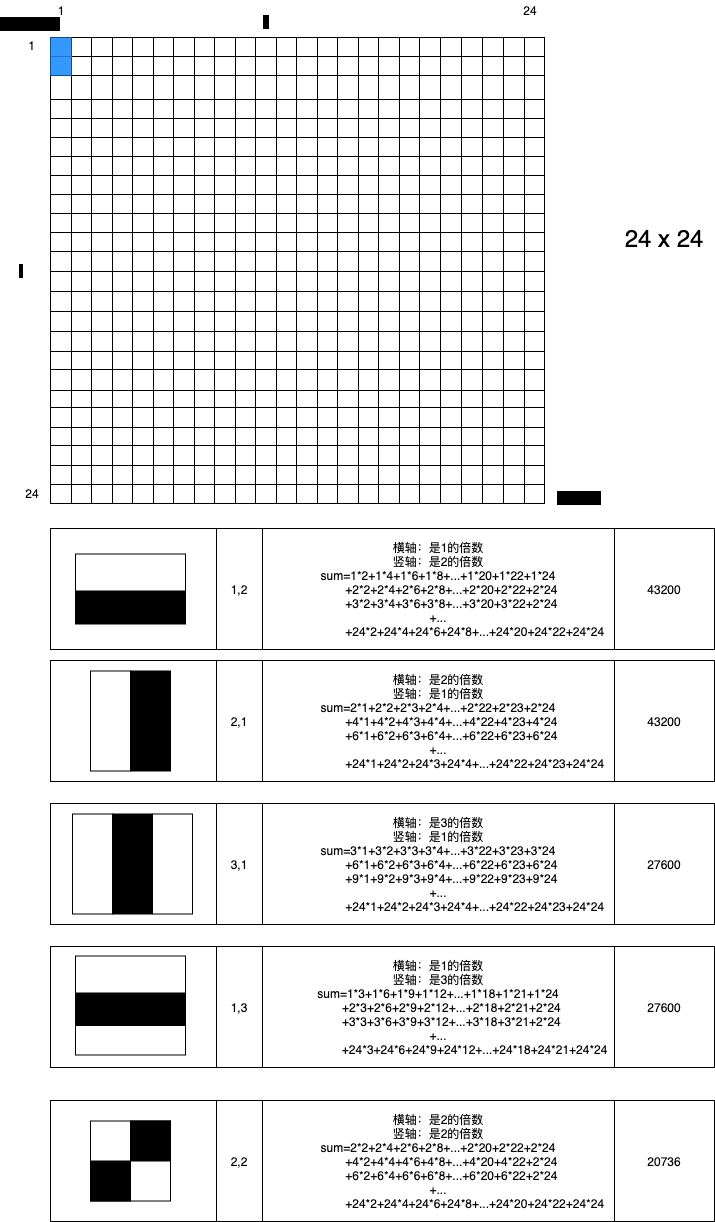
The draw.io diagram 2021/04/27/人脸检测之Haar特征介绍/haar-image.drawio.png in YlJava110/GitText, before a commit. Source tidied: cells renumbered, new cells last; positions are measured from the earlier drawing's top-left corner, leaving out a move shared by most shapes.
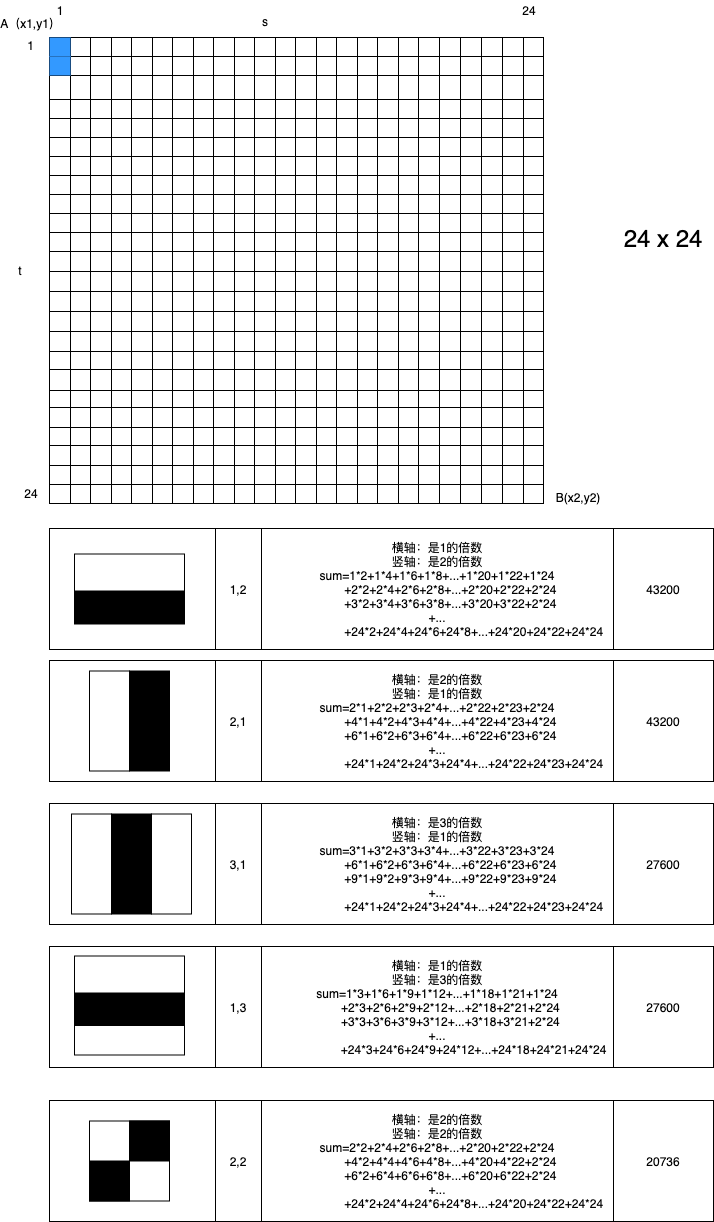
Above is the later version.

The edit, as a diff of the source:
```diff
@@ -1949,16 +1949,16 @@
     <mxCell id="650" style="whiteSpace=wrap;html=1;fillColor=#000000;" parent="1" vertex="1">
       <mxGeometry x="129" y="1120.5" width="40" height="40" as="geometry" />
     </mxCell>
-    <mxCell id="651" value="A（x1,y1）" style="text;html=1;strokeColor=none;fillColor=none;align=center;verticalAlign=middle;whiteSpace=wrap;rounded=0;labelBackgroundColor=#000000;" parent="1" vertex="1">
-      <mxGeometry x="9" y="13" width="40" height="20" as="geometry" />
+    <mxCell id="651" value="A（x1,y1）" style="text;html=1;align=center;verticalAlign=middle;whiteSpace=wrap;rounded=0;labelBackgroundColor=none;" parent="1" vertex="1">
+      <mxGeometry x="9" y="13" width="43" height="20" as="geometry" />
     </mxCell>
-    <mxCell id="652" value="B(x2,y2)" style="text;html=1;strokeColor=none;fillColor=none;align=center;verticalAlign=middle;whiteSpace=wrap;rounded=0;labelBackgroundColor=#000000;" parent="1" vertex="1">
+    <mxCell id="652" value="B(x2,y2)" style="text;html=1;strokeColor=none;fillColor=none;align=center;verticalAlign=middle;whiteSpace=wrap;rounded=0;labelBackgroundColor=none;" parent="1" vertex="1">
       <mxGeometry x="558" y="487" width="40" height="20" as="geometry" />
     </mxCell>
-    <mxCell id="653" value="s" style="text;html=1;strokeColor=none;fillColor=none;align=center;verticalAlign=middle;whiteSpace=wrap;rounded=0;labelBackgroundColor=#000000;" parent="1" vertex="1">
+    <mxCell id="653" value="s" style="text;html=1;strokeColor=none;fillColor=none;align=center;verticalAlign=middle;whiteSpace=wrap;rounded=0;labelBackgroundColor=none;" parent="1" vertex="1">
       <mxGeometry x="245" y="11" width="40" height="20" as="geometry" />
     </mxCell>
-    <mxCell id="654" value="t" style="text;html=1;strokeColor=none;fillColor=none;align=center;verticalAlign=middle;whiteSpace=wrap;rounded=0;labelBackgroundColor=#000000;" parent="1" vertex="1">
+    <mxCell id="654" value="t" style="text;html=1;strokeColor=none;fillColor=none;align=center;verticalAlign=middle;whiteSpace=wrap;rounded=0;labelBackgroundColor=none;" parent="1" vertex="1">
       <mxGeometry y="260" width="40" height="20" as="geometry" />
     </mxCell>
   </root>
```
